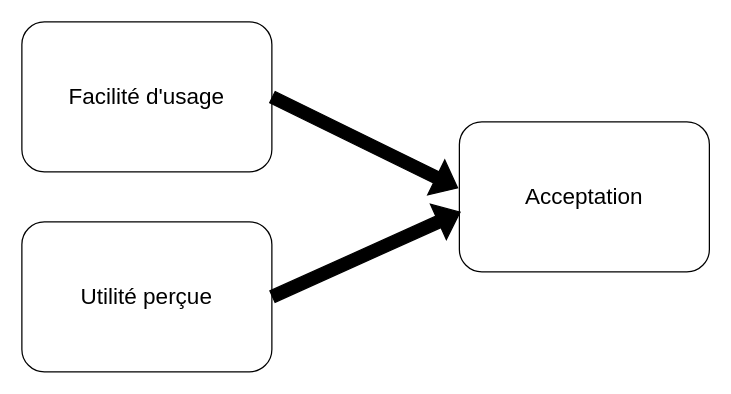
Fabrice-64/Drawings keeps this draw.io diagram as page "Méthode TAM" (2 of 2) of Relation individu-données-technologies.drawio. Above is the earlier version. Source tidied: cells renumbered, new cells numbered last; positions are measured from the earlier drawing's top-left corner, leaving out a move shared by most shapes. Both pictures are drawn from the tidied source at 125%, with x=0, y=0 at pixel (21, 21).
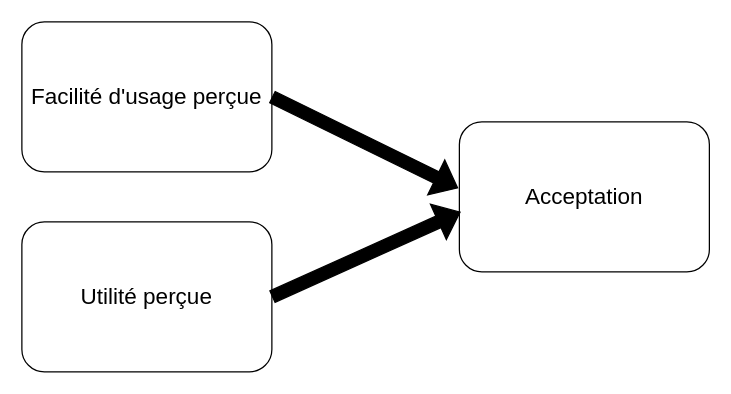
After the change.

Commit message:
Mise à jour TAM

What changed in the source:
```diff
@@
 <mxGraphModel>
   <root>
     <mxCell id="0" />
     <mxCell id="1" parent="0" />
-    <mxCell id="2" value="Facilité d'usage" style="rounded=1;whiteSpace=wrap;html=1;fontSize=18;" parent="1" vertex="1">
+    <mxCell id="2" value="Facilité d'usage perçue" style="rounded=1;whiteSpace=wrap;html=1;fontSize=18;" parent="1" vertex="1">
       <mxGeometry width="200" height="120" as="geometry" />
     </mxCell>
     <mxCell id="3" value="Utilité perçue" style="rounded=1;whiteSpace=wrap;html=1;fontSize=18;" parent="1" vertex="1">
       <mxGeometry y="160" width="200" height="120" as="geometry" />
     </mxCell>
     <mxCell id="4" value="Acceptation" style="rounded=1;whiteSpace=wrap;html=1;fontSize=18;" parent="1" vertex="1">
       <mxGeometry x="350" y="80" width="200" height="120" as="geometry" />
     </mxCell>
     <mxCell id="5" style="shape=flexArrow;endArrow=classic;html=1;rounded=0;exitX=1;exitY=0.5;exitDx=0;exitDy=0;entryX=-0.005;entryY=0.442;entryDx=0;entryDy=0;entryPerimeter=0;strokeColor=#000000;fillColor=#000000;" parent="1" edge="1" source="2" target="4">
       <mxGeometry relative="1" as="geometry" />
     </mxCell>
     <mxCell id="6" style="shape=flexArrow;endArrow=classic;html=1;rounded=0;entryX=0.005;entryY=0.6;entryDx=0;entryDy=0;entryPerimeter=0;exitX=1;exitY=0.5;exitDx=0;exitDy=0;fillColor=#000000;" parent="1" edge="1" source="3" target="4">
       <mxGeometry relative="1" as="geometry" />
     </mxCell>
   </root>
 </mxGraphModel>
```
